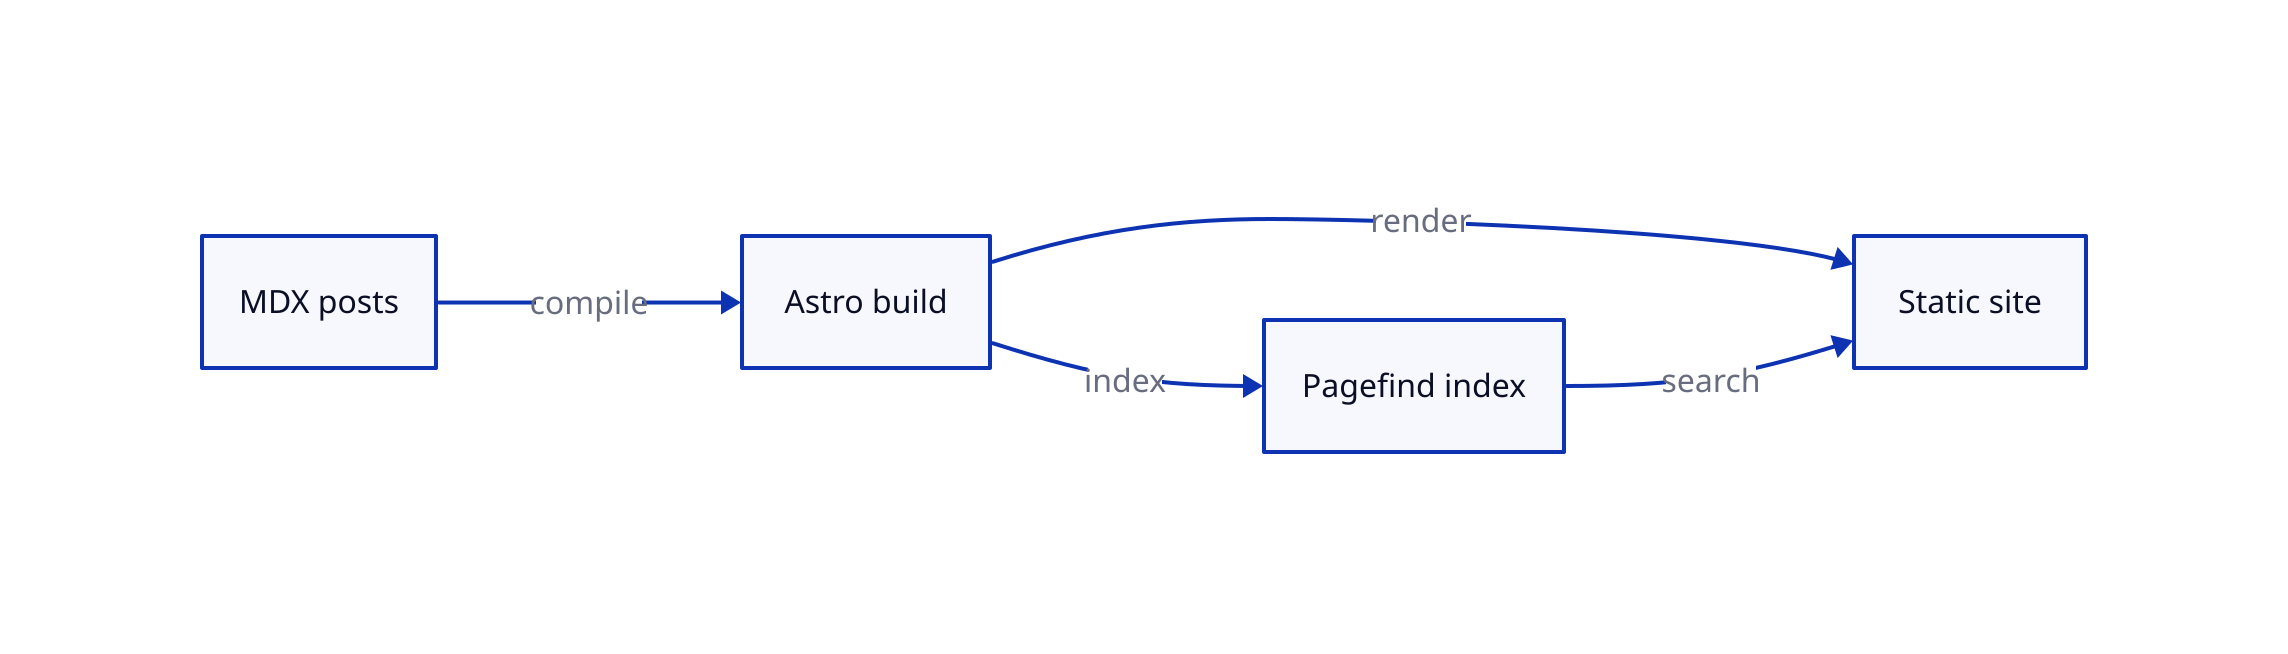
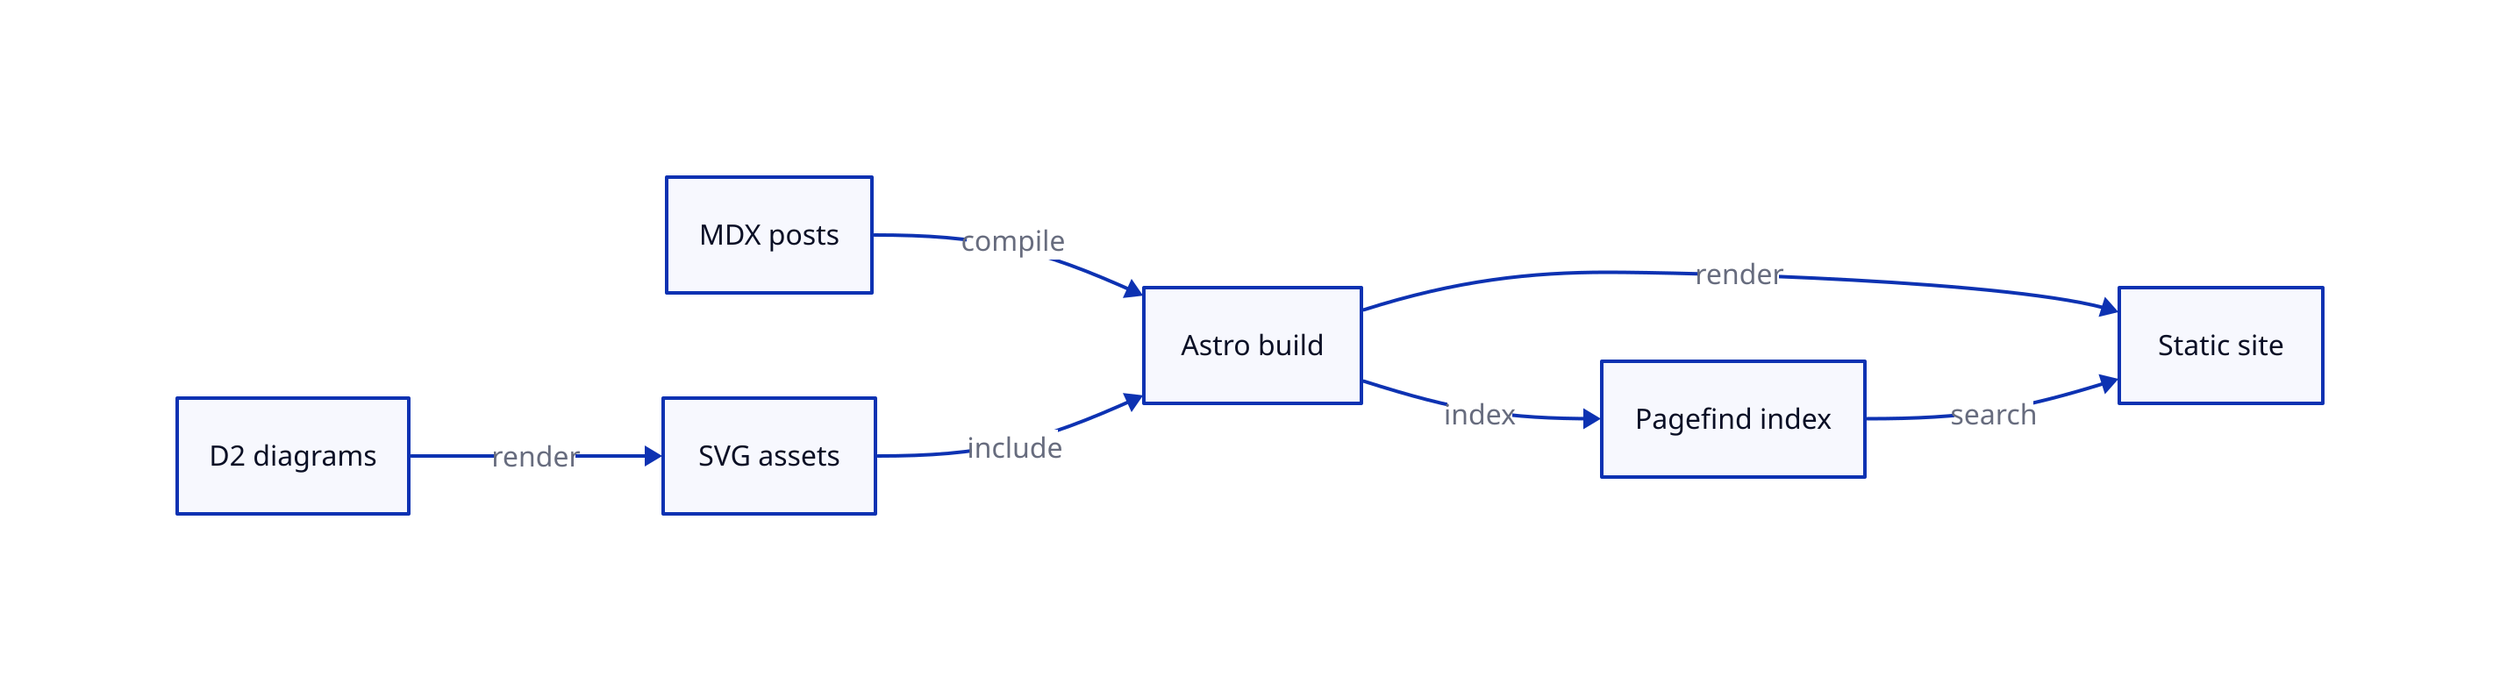
direction: right

content: {
  label: "MDX posts"
+   shape: rectangle
+ }
+ 
+ diagrams: {
+   label: "D2 diagrams"
+   shape: rectangle
+ }
+ 
+ assets: {
+   label: "SVG assets"
  shape: rectangle
}

build: {
  label: "Astro build"
  shape: rectangle
}

search: {
  label: "Pagefind index"
  shape: rectangle
}

site: {
  label: "Static site"
  shape: rectangle
}

content -> build: compile
+ diagrams -> assets: render
+ assets -> build: include
build -> search: index
build -> site: render
search -> site: search
